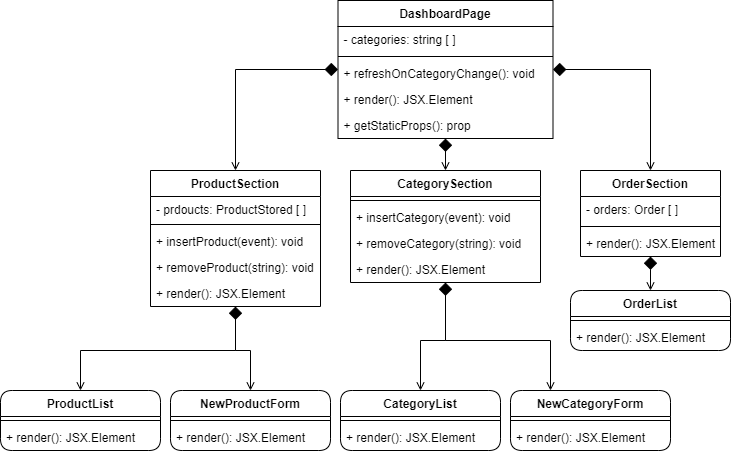
Earlier version of the draw.io export DocumentazioneEsterna/AllegatoTecnico/res/Architettura/Frontend/img/class_frontend_dashboard.png (Omicron-Team/Documentazione). Source tidied: cells renumbered, new cells last; positions are measured from the earlier drawing's top-left corner, leaving out a move shared by most shapes.
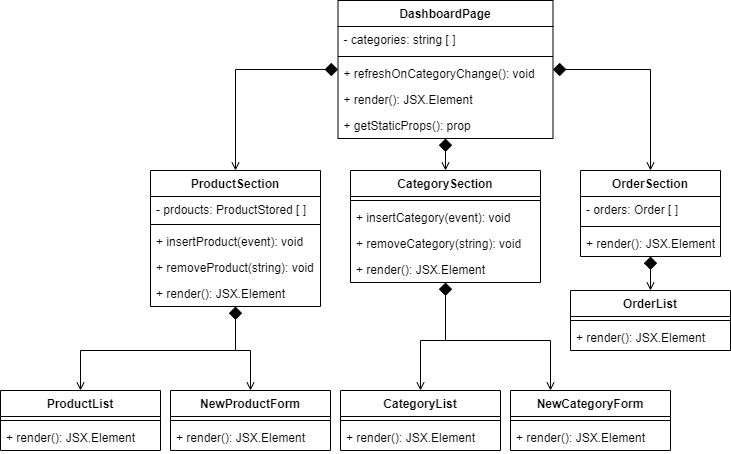
Above is the later version.

The edit, as a diff of the source:
```diff
@@ -109,7 +109,7 @@
     <mxCell id="30" value="+ render(): JSX.Element" style="text;strokeColor=none;fillColor=none;align=left;verticalAlign=top;spacingLeft=4;spacingRight=4;overflow=hidden;" parent="26" vertex="1">
       <mxGeometry y="86" width="190" height="26" as="geometry" />
     </mxCell>
-    <mxCell id="31" value="ProductList" style="swimlane;fontStyle=1;align=center;verticalAlign=top;horizontal=1;startSize=26;rounded=1;" parent="1" vertex="1">
+    <mxCell id="31" value="ProductList" style="swimlane;fontStyle=1;align=center;verticalAlign=top;horizontal=1;startSize=26;rounded=0;" parent="1" vertex="1">
       <mxGeometry y="390" width="160" height="60" as="geometry" />
     </mxCell>
     <mxCell id="32" style="line;strokeWidth=1;fillColor=none;align=left;verticalAlign=middle;spacingTop=-1;spacingLeft=3;spacingRight=3;labelPosition=right;" parent="31" vertex="1">
@@ -118,7 +118,7 @@
     <mxCell id="33" value="+ render(): JSX.Element" style="text;strokeColor=none;fillColor=none;align=left;verticalAlign=top;spacingLeft=4;spacingRight=4;overflow=hidden;" parent="31" vertex="1">
       <mxGeometry y="34" width="160" height="26" as="geometry" />
     </mxCell>
-    <mxCell id="34" value="NewProductForm" style="swimlane;fontStyle=1;align=center;verticalAlign=top;horizontal=1;startSize=26;rounded=1;" parent="1" vertex="1">
+    <mxCell id="34" value="NewProductForm" style="swimlane;fontStyle=1;align=center;verticalAlign=top;horizontal=1;startSize=26;rounded=0;" parent="1" vertex="1">
       <mxGeometry x="170" y="390" width="160" height="60" as="geometry" />
     </mxCell>
     <mxCell id="35" style="line;strokeWidth=1;fillColor=none;align=left;verticalAlign=middle;spacingTop=-1;spacingLeft=3;spacingRight=3;labelPosition=right;" parent="34" vertex="1">
@@ -127,7 +127,7 @@
     <mxCell id="36" value="+ render(): JSX.Element" style="text;strokeColor=none;fillColor=none;align=left;verticalAlign=top;spacingLeft=4;spacingRight=4;overflow=hidden;" parent="34" vertex="1">
       <mxGeometry y="34" width="160" height="26" as="geometry" />
     </mxCell>
-    <mxCell id="37" value="CategoryList" style="swimlane;fontStyle=1;align=center;verticalAlign=top;horizontal=1;startSize=26;rounded=1;" parent="1" vertex="1">
+    <mxCell id="37" value="CategoryList" style="swimlane;fontStyle=1;align=center;verticalAlign=top;horizontal=1;startSize=26;rounded=0;" parent="1" vertex="1">
       <mxGeometry x="340" y="390" width="160" height="60" as="geometry" />
     </mxCell>
     <mxCell id="38" style="line;strokeWidth=1;fillColor=none;align=left;verticalAlign=middle;spacingTop=-1;spacingLeft=3;spacingRight=3;labelPosition=right;" parent="37" vertex="1">
@@ -136,7 +136,7 @@
     <mxCell id="39" value="+ render(): JSX.Element" style="text;strokeColor=none;fillColor=none;align=left;verticalAlign=top;spacingLeft=4;spacingRight=4;overflow=hidden;" parent="37" vertex="1">
       <mxGeometry y="34" width="160" height="26" as="geometry" />
     </mxCell>
-    <mxCell id="40" value="NewCategoryForm" style="swimlane;fontStyle=1;align=center;verticalAlign=top;horizontal=1;startSize=26;rounded=1;" parent="1" vertex="1">
+    <mxCell id="40" value="NewCategoryForm" style="swimlane;fontStyle=1;align=center;verticalAlign=top;horizontal=1;startSize=26;rounded=0;" parent="1" vertex="1">
       <mxGeometry x="510" y="390" width="160" height="60" as="geometry" />
     </mxCell>
     <mxCell id="41" style="line;strokeWidth=1;fillColor=none;align=left;verticalAlign=middle;spacingTop=-1;spacingLeft=3;spacingRight=3;labelPosition=right;" parent="40" vertex="1">
@@ -145,7 +145,7 @@
     <mxCell id="42" value="+ render(): JSX.Element" style="text;strokeColor=none;fillColor=none;align=left;verticalAlign=top;spacingLeft=4;spacingRight=4;overflow=hidden;" parent="40" vertex="1">
       <mxGeometry y="34" width="160" height="26" as="geometry" />
     </mxCell>
-    <mxCell id="43" value="OrderList" style="swimlane;fontStyle=1;align=center;verticalAlign=top;horizontal=1;startSize=26;rounded=1;" parent="1" vertex="1">
+    <mxCell id="43" value="OrderList" style="swimlane;fontStyle=1;align=center;verticalAlign=top;horizontal=1;startSize=26;rounded=0;" parent="1" vertex="1">
       <mxGeometry x="570" y="290" width="160" height="60" as="geometry" />
     </mxCell>
     <mxCell id="44" style="line;strokeWidth=1;fillColor=none;align=left;verticalAlign=middle;spacingTop=-1;spacingLeft=3;spacingRight=3;labelPosition=right;" parent="43" vertex="1">
```
